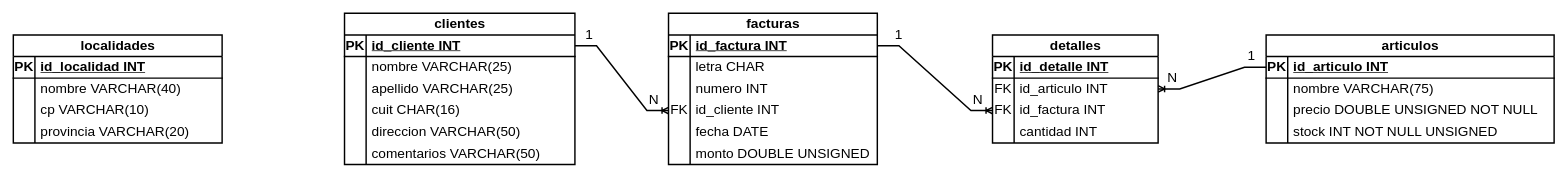
Before: diagram/model-er.drawio in khalil-ali-viera-developer-java/proyecto-integrador-sql-digitalers, a draw.io diagram. Source tidied: cells renumbered, new cells numbered last; positions are measured from the earlier drawing's top-left corner, leaving out a move shared by most shapes. Both pictures are drawn from the tidied source at 72%, with x=0, y=0 at pixel (13, 13).
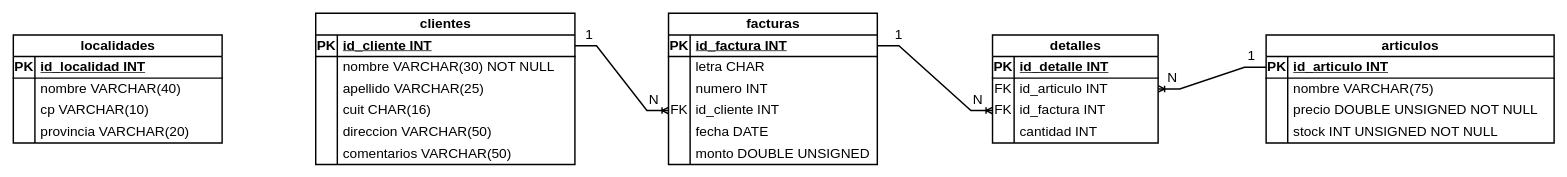
After the change.

The change refers to these unchanged cells:
```xml
<mxCell id="70" style="shape=tableRow;horizontal=0;startSize=0;swimlaneHead=0;swimlaneBody=0;fillColor=none;top=0;left=0;right=0;bottom=0;fontFamily=JetBrains Mono;fontSize=19;strokeWidth=2;" parent="60" vertex="1">
  <mxGeometry y="120" width="400" height="30" as="geometry" />
</mxCell>
```

Change to the diagram source:
```diff
@@
     <mxCell id="2" value="clientes" style="shape=table;startSize=30;childLayout=tableLayout;rowLines=0;fontStyle=1;align=center;html=1;fontFamily=JetBrains Mono;fontSize=19;strokeWidth=2;" parent="1" vertex="1">
-      <mxGeometry x="460" width="320" height="210" as="geometry" />
+      <mxGeometry x="420" width="360" height="210" as="geometry" />
     </mxCell>
     <mxCell id="3" style="shape=tableRow;horizontal=0;startSize=0;swimlaneHead=0;swimlaneBody=0;fillColor=none;points=[[0,0.5],[1,0.5]];portConstraint=eastwest;top=0;left=0;right=0;bottom=1;fontFamily=JetBrains Mono;fontSize=19;strokeWidth=2;" parent="2" vertex="1">
-      <mxGeometry y="30" width="320" height="30" as="geometry" />
+      <mxGeometry y="30" width="360" height="30" as="geometry" />
     </mxCell>
@@
     <mxCell id="5" value="id_cliente INT" style="shape=partialRectangle;fillColor=none;top=0;left=0;bottom=0;right=0;align=left;spacingLeft=6;fontStyle=5;overflow=hidden;whiteSpace=wrap;html=1;fontFamily=JetBrains Mono;fontSize=19;strokeWidth=2;" parent="3" vertex="1">
-      <mxGeometry x="30" width="290" height="30" as="geometry" />
+      <mxGeometry x="30" width="330" height="30" as="geometry" />
     </mxCell>
     <mxCell id="6" style="shape=tableRow;horizontal=0;startSize=0;swimlaneHead=0;swimlaneBody=0;fillColor=none;top=0;left=0;right=0;bottom=0;fontFamily=JetBrains Mono;fontSize=19;strokeWidth=2;" parent="2" vertex="1">
-      <mxGeometry y="60" width="320" height="30" as="geometry" />
+      <mxGeometry y="60" width="360" height="30" as="geometry" />
     </mxCell>
@@
-    <mxCell id="8" value="nombre VARCHAR(25)" style="shape=partialRectangle;fillColor=none;top=0;left=0;bottom=0;right=0;align=left;spacingLeft=6;overflow=hidden;whiteSpace=wrap;html=1;fontFamily=JetBrains Mono;fontSize=19;strokeWidth=2;" parent="6" vertex="1">
-      <mxGeometry x="30" width="290" height="30" as="geometry" />
+    <mxCell id="8" value="nombre VARCHAR(30) NOT NULL" style="shape=partialRectangle;fillColor=none;top=0;left=0;bottom=0;right=0;align=left;spacingLeft=6;overflow=hidden;whiteSpace=wrap;html=1;fontFamily=JetBrains Mono;fontSize=19;strokeWidth=2;" parent="6" vertex="1">
+      <mxGeometry x="30" width="330" height="30" as="geometry" />
     </mxCell>
     <mxCell id="9" style="shape=tableRow;horizontal=0;startSize=0;swimlaneHead=0;swimlaneBody=0;fillColor=none;top=0;left=0;right=0;bottom=0;fontFamily=JetBrains Mono;fontSize=19;strokeWidth=2;" parent="2" vertex="1">
-      <mxGeometry y="90" width="320" height="30" as="geometry" />
+      <mxGeometry y="90" width="360" height="30" as="geometry" />
     </mxCell>
@@
     <mxCell id="11" value="apellido VARCHAR(25)" style="shape=partialRectangle;fillColor=none;top=0;left=0;bottom=0;right=0;align=left;spacingLeft=6;overflow=hidden;whiteSpace=wrap;html=1;fontFamily=JetBrains Mono;fontSize=19;strokeWidth=2;" parent="9" vertex="1">
-      <mxGeometry x="30" width="290" height="30" as="geometry" />
+      <mxGeometry x="30" width="330" height="30" as="geometry" />
     </mxCell>
     <mxCell id="12" style="shape=tableRow;horizontal=0;startSize=0;swimlaneHead=0;swimlaneBody=0;fillColor=none;top=0;left=0;right=0;bottom=0;fontFamily=JetBrains Mono;fontSize=19;strokeWidth=2;" parent="2" vertex="1">
-      <mxGeometry y="120" width="320" height="30" as="geometry" />
+      <mxGeometry y="120" width="360" height="30" as="geometry" />
     </mxCell>
@@
     <mxCell id="14" value="cuit CHAR(16)" style="shape=partialRectangle;fillColor=none;top=0;left=0;bottom=0;right=0;align=left;spacingLeft=6;overflow=hidden;whiteSpace=wrap;html=1;fontFamily=JetBrains Mono;fontSize=19;strokeWidth=2;" parent="12" vertex="1">
-      <mxGeometry x="30" width="290" height="30" as="geometry" />
+      <mxGeometry x="30" width="330" height="30" as="geometry" />
     </mxCell>
     <mxCell id="15" style="shape=tableRow;horizontal=0;startSize=0;swimlaneHead=0;swimlaneBody=0;fillColor=none;top=0;left=0;right=0;bottom=0;fontFamily=JetBrains Mono;fontSize=19;strokeWidth=2;" parent="2" vertex="1">
-      <mxGeometry y="150" width="320" height="30" as="geometry" />
+      <mxGeometry y="150" width="360" height="30" as="geometry" />
     </mxCell>
@@
     <mxCell id="17" value="direccion VARCHAR(50)" style="shape=partialRectangle;fillColor=none;top=0;left=0;bottom=0;right=0;align=left;spacingLeft=6;overflow=hidden;whiteSpace=wrap;html=1;fontFamily=JetBrains Mono;fontSize=19;strokeWidth=2;" parent="15" vertex="1">
-      <mxGeometry x="30" width="290" height="30" as="geometry" />
+      <mxGeometry x="30" width="330" height="30" as="geometry" />
     </mxCell>
     <mxCell id="18" style="shape=tableRow;horizontal=0;startSize=0;swimlaneHead=0;swimlaneBody=0;fillColor=none;top=0;left=0;right=0;bottom=0;fontFamily=JetBrains Mono;fontSize=19;strokeWidth=2;" parent="2" vertex="1">
-      <mxGeometry y="180" width="320" height="30" as="geometry" />
+      <mxGeometry y="180" width="360" height="30" as="geometry" />
     </mxCell>
@@
     <mxCell id="20" value="comentarios VARCHAR(50)" style="shape=partialRectangle;fillColor=none;top=0;left=0;bottom=0;right=0;align=left;spacingLeft=6;overflow=hidden;whiteSpace=wrap;html=1;fontFamily=JetBrains Mono;fontSize=19;strokeWidth=2;" parent="18" vertex="1">
-      <mxGeometry x="30" width="290" height="30" as="geometry" />
+      <mxGeometry x="30" width="330" height="30" as="geometry" />
     </mxCell>
@@
-    <mxCell id="72" value="stock INT NOT NULL UNSIGNED" style="shape=partialRectangle;fillColor=none;top=0;left=0;bottom=0;right=0;align=left;spacingLeft=6;overflow=hidden;whiteSpace=wrap;html=1;fontFamily=JetBrains Mono;fontSize=19;strokeWidth=2;" parent="70" vertex="1">
+    <mxCell id="72" value="stock INT UNSIGNED NOT NULL" style="shape=partialRectangle;fillColor=none;top=0;left=0;bottom=0;right=0;align=left;spacingLeft=6;overflow=hidden;whiteSpace=wrap;html=1;fontFamily=JetBrains Mono;fontSize=19;strokeWidth=2;" parent="70" vertex="1">
       <mxGeometry x="30" width="370" height="30" as="geometry" />
     </mxCell>
```
